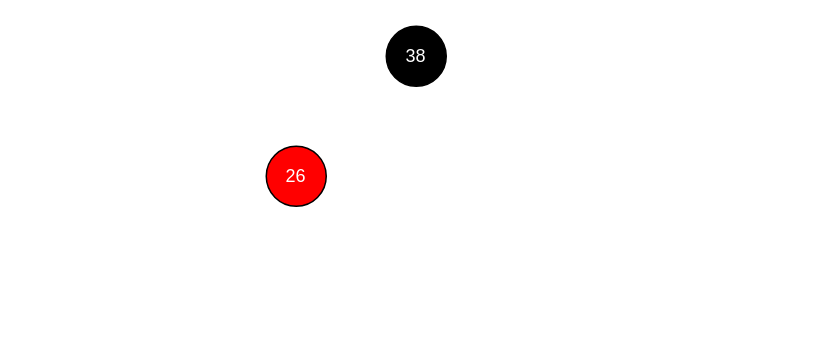
Above: red_black_tree.drawio in semihhdemirel/semihhdemirel (draw.io), before the change. Source tidied: cells renumbered, new cells numbered last; positions are measured from the earlier drawing's top-left corner, leaving out a move shared by most shapes. Both pictures are drawn from the tidied source at 150%, with x=0, y=0 at pixel (266, 26).
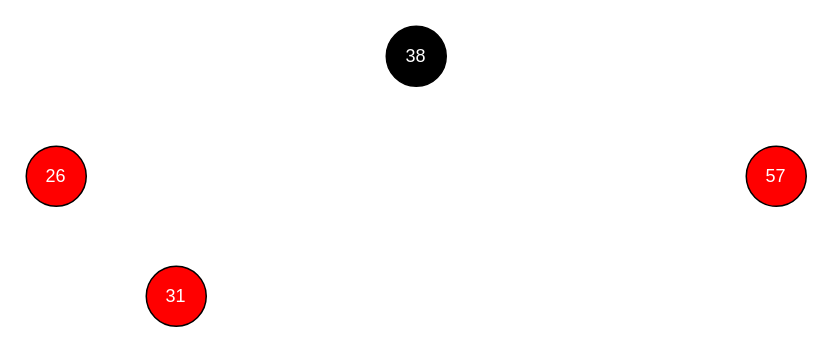
Above is the later version.

The edit, as a diff of the source:
```diff
@@
 <mxGraphModel>
   <root>
     <mxCell id="0" />
     <mxCell id="1" parent="0" />
     <mxCell id="2" value="38" style="ellipse;whiteSpace=wrap;html=1;fillColor=#000000;fontColor=#FFFFFF;" parent="1" vertex="1">
       <mxGeometry x="80" width="40" height="40" as="geometry" />
     </mxCell>
     <mxCell id="3" value="26" style="ellipse;whiteSpace=wrap;html=1;fillColor=#FF0000;fontColor=#FFFFFF;" parent="1" vertex="1">
-      <mxGeometry y="80" width="40" height="40" as="geometry" />
+      <mxGeometry x="-160" y="80" width="40" height="40" as="geometry" />
     </mxCell>
+    <mxCell id="4" value="57" style="ellipse;whiteSpace=wrap;html=1;fillColor=#FF0000;fontColor=#FFFFFF;" parent="1" vertex="1">
+      <mxGeometry x="320" y="80" width="40" height="40" as="geometry" />
+    </mxCell>
+    <mxCell id="5" value="31" style="ellipse;whiteSpace=wrap;html=1;fillColor=#FF0000;fontColor=#FFFFFF;" parent="1" vertex="1">
+      <mxGeometry x="-80" y="160" width="40" height="40" as="geometry" />
+    </mxCell>
   </root>
 </mxGraphModel>
```
